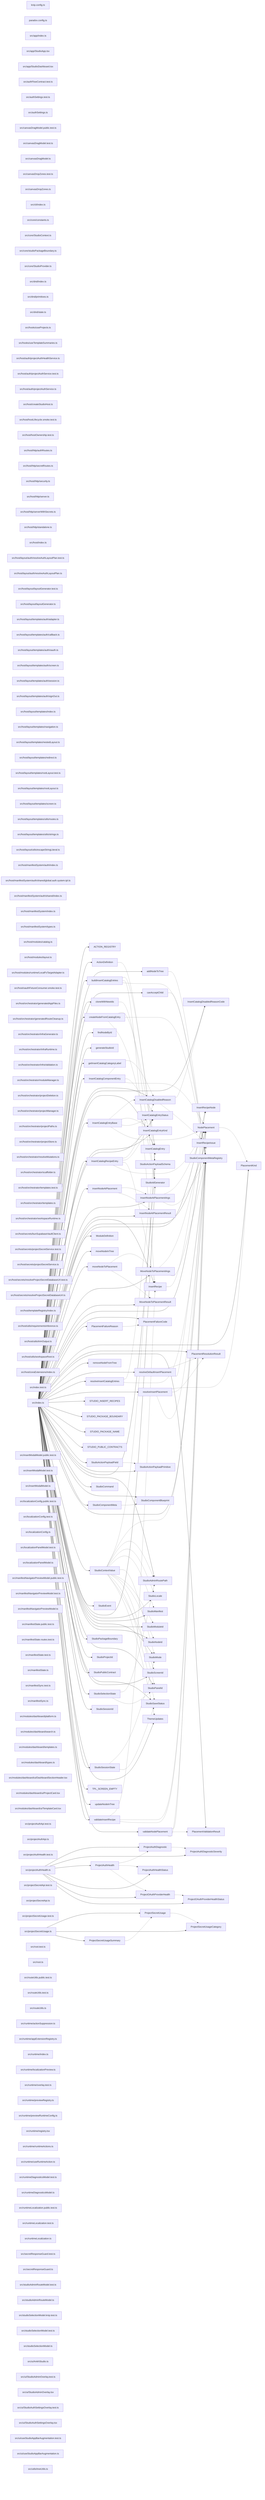
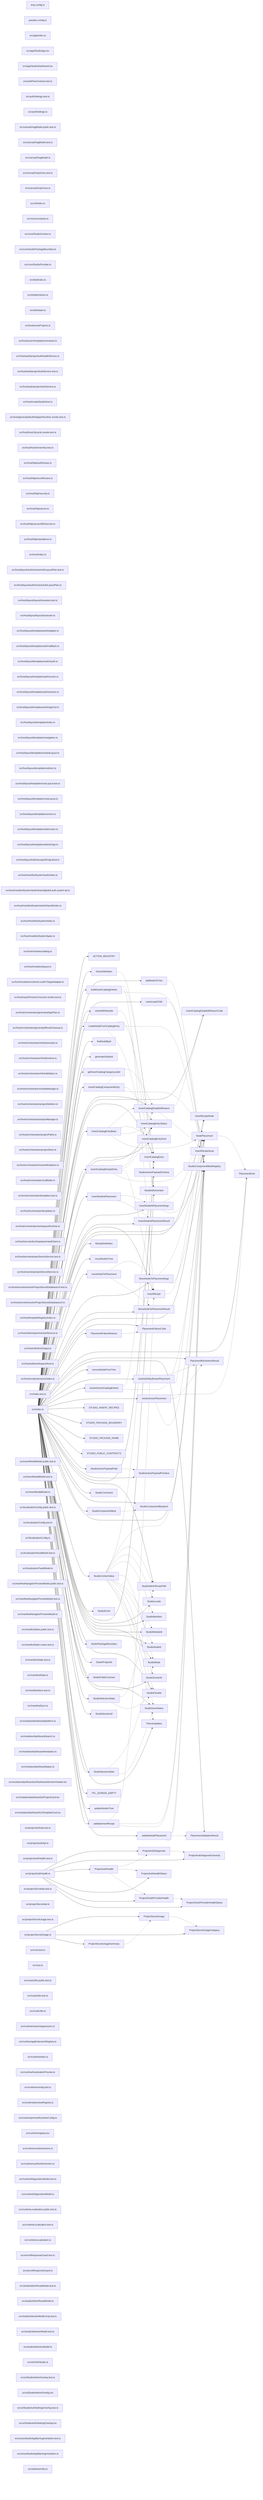
graph LR
  module_knip_config_ts["knip.config.ts"]
  module_paradox_config_ts["paradox.config.ts"]
  module_src_app_index_ts["src/app/index.ts"]
  module_src_app_StudioApp_tsx["src/app/StudioApp.tsx"]
  module_src_app_StudioDashboard_tsx["src/app/StudioDashboard.tsx"]
  module_src_authFlowContract_test_ts["src/authFlowContract.test.ts"]
  module_src_authSettings_test_ts["src/authSettings.test.ts"]
  module_src_authSettings_ts["src/authSettings.ts"]
  module_src_canvasDragModel_public_test_ts["src/canvasDragModel.public.test.ts"]
  module_src_canvasDragModel_test_ts["src/canvasDragModel.test.ts"]
  module_src_canvasDragModel_ts["src/canvasDragModel.ts"]
  module_src_canvasDropZones_test_ts["src/canvasDropZones.test.ts"]
  module_src_canvasDropZones_ts["src/canvasDropZones.ts"]
  module_src_cli_index_ts["src/cli/index.ts"]
  module_src_core_constants_ts["src/core/constants.ts"]
  module_src_core_StudioContext_ts["src/core/StudioContext.ts"]
  module_src_core_studioPackageBoundary_ts["src/core/studioPackageBoundary.ts"]
  module_src_core_StudioProvider_ts["src/core/StudioProvider.ts"]
  module_src_dnd_index_ts["src/dnd/index.ts"]
  module_src_dnd_primitives_ts["src/dnd/primitives.ts"]
  module_src_dnd_state_ts["src/dnd/state.ts"]
  module_src_hooks_useProjects_ts["src/hooks/useProjects.ts"]
  module_src_hooks_useTemplateSummaries_ts["src/hooks/useTemplateSummaries.ts"]
  module_src_host_auth_projectAuthHealthService_ts["src/host/auth/projectAuthHealthService.ts"]
  module_src_host_auth_projectAuthService_test_ts["src/host/auth/projectAuthService.test.ts"]
  module_src_host_auth_projectAuthService_ts["src/host/auth/projectAuthService.ts"]
  module_src_host_createStudioHost_ts["src/host/createStudioHost.ts"]
+   module_src_host_generatedAuthAdapterRuntime_smoke_test_ts["src/host/generatedAuthAdapterRuntime.smoke.test.ts"]
  module_src_host_hostLifecycle_smoke_test_ts["src/host/hostLifecycle.smoke.test.ts"]
  module_src_host_hostOwnership_test_ts["src/host/hostOwnership.test.ts"]
  module_src_host_http_authRoutes_ts["src/host/http/authRoutes.ts"]
  module_src_host_http_secretRoutes_ts["src/host/http/secretRoutes.ts"]
  module_src_host_http_security_ts["src/host/http/security.ts"]
  module_src_host_http_server_ts["src/host/http/server.ts"]
  module_src_host_http_serverWithSecrets_ts["src/host/http/serverWithSecrets.ts"]
  module_src_host_http_standalone_ts["src/host/http/standalone.ts"]
  module_src_host_index_ts["src/host/index.ts"]
  module_src_host_layout_auth_resolveAuthLayoutPlan_test_ts["src/host/layout/auth/resolveAuthLayoutPlan.test.ts"]
  module_src_host_layout_auth_resolveAuthLayoutPlan_ts["src/host/layout/auth/resolveAuthLayoutPlan.ts"]
  module_src_host_layout_layoutGenerator_test_ts["src/host/layout/layoutGenerator.test.ts"]
  module_src_host_layout_layoutGenerator_ts["src/host/layout/layoutGenerator.ts"]
  module_src_host_layout_templates_auth_adapter_ts["src/host/layout/templates/auth/adapter.ts"]
  module_src_host_layout_templates_auth_callback_ts["src/host/layout/templates/auth/callback.ts"]
  module_src_host_layout_templates_auth_oauth_ts["src/host/layout/templates/auth/oauth.ts"]
  module_src_host_layout_templates_auth_screen_ts["src/host/layout/templates/auth/screen.ts"]
  module_src_host_layout_templates_auth_session_ts["src/host/layout/templates/auth/session.ts"]
  module_src_host_layout_templates_auth_signOut_ts["src/host/layout/templates/auth/signOut.ts"]
  module_src_host_layout_templates_index_ts["src/host/layout/templates/index.ts"]
  module_src_host_layout_templates_navigation_ts["src/host/layout/templates/navigation.ts"]
  module_src_host_layout_templates_nestedLayout_ts["src/host/layout/templates/nestedLayout.ts"]
  module_src_host_layout_templates_redirect_ts["src/host/layout/templates/redirect.ts"]
  module_src_host_layout_templates_rootLayout_test_ts["src/host/layout/templates/rootLayout.test.ts"]
  module_src_host_layout_templates_rootLayout_ts["src/host/layout/templates/rootLayout.ts"]
  module_src_host_layout_templates_screen_ts["src/host/layout/templates/screen.ts"]
  module_src_host_layout_templates_utils_routes_ts["src/host/layout/templates/utils/routes.ts"]
  module_src_host_layout_templates_utils_strings_ts["src/host/layout/templates/utils/strings.ts"]
  module_src_host_layout_utils_escapeStringLiteral_ts["src/host/layout/utils/escapeStringLiteral.ts"]
  module_src_host_manifestSystem_auth_index_ts["src/host/manifestSystem/auth/index.ts"]
  module_src_host_manifestSystem_auth_shared_global_auth_system_tpl_ts["src/host/manifestSystem/auth/shared/global.auth.system.tpl.ts"]
  module_src_host_manifestSystem_auth_shared_index_ts["src/host/manifestSystem/auth/shared/index.ts"]
  module_src_host_manifestSystem_index_ts["src/host/manifestSystem/index.ts"]
  module_src_host_manifestSystem_types_ts["src/host/manifestSystem/types.ts"]
  module_src_host_modules_catalog_ts["src/host/modules/catalog.ts"]
  module_src_host_modules_layout_ts["src/host/modules/layout.ts"]
  module_src_host_modules_runtime_LocalFsTargetAdapter_ts["src/host/modules/runtime/LocalFsTargetAdapter.ts"]
  module_src_host_oauthFixtureConsumer_smoke_test_ts["src/host/oauthFixtureConsumer.smoke.test.ts"]
  module_src_host_orchestrator_generatedAppFiles_ts["src/host/orchestrator/generatedAppFiles.ts"]
  module_src_host_orchestrator_generatedRouteCleanup_ts["src/host/orchestrator/generatedRouteCleanup.ts"]
  module_src_host_orchestrator_infraGenerator_ts["src/host/orchestrator/infraGenerator.ts"]
  module_src_host_orchestrator_infraRuntime_ts["src/host/orchestrator/infraRuntime.ts"]
  module_src_host_orchestrator_infraValidation_ts["src/host/orchestrator/infraValidation.ts"]
  module_src_host_orchestrator_moduleManager_ts["src/host/orchestrator/moduleManager.ts"]
  module_src_host_orchestrator_projectDeletion_ts["src/host/orchestrator/projectDeletion.ts"]
  module_src_host_orchestrator_projectManager_ts["src/host/orchestrator/projectManager.ts"]
  module_src_host_orchestrator_projectPaths_ts["src/host/orchestrator/projectPaths.ts"]
  module_src_host_orchestrator_projectStore_ts["src/host/orchestrator/projectStore.ts"]
  module_src_host_orchestrator_resolveMutations_ts["src/host/orchestrator/resolveMutations.ts"]
  module_src_host_orchestrator_scaffolder_ts["src/host/orchestrator/scaffolder.ts"]
  module_src_host_orchestrator_templates_test_ts["src/host/orchestrator/templates.test.ts"]
  module_src_host_orchestrator_templates_ts["src/host/orchestrator/templates.ts"]
  module_src_host_orchestrator_workspaceRuntime_ts["src/host/orchestrator/workspaceRuntime.ts"]
  module_src_host_secrets_bunSupabaseVaultClient_ts["src/host/secrets/bunSupabaseVaultClient.ts"]
  module_src_host_secrets_projectSecretService_test_ts["src/host/secrets/projectSecretService.test.ts"]
  module_src_host_secrets_projectSecretService_ts["src/host/secrets/projectSecretService.ts"]
  module_src_host_secrets_resolveProjectSecretDatabaseUrl_test_ts["src/host/secrets/resolveProjectSecretDatabaseUrl.test.ts"]
  module_src_host_secrets_resolveProjectSecretDatabaseUrl_ts["src/host/secrets/resolveProjectSecretDatabaseUrl.ts"]
  module_src_host_templateRegistry_index_ts["src/host/templateRegistry/index.ts"]
  module_src_host_utils_requirementsInference_ts["src/host/utils/requirementsInference.ts"]
  module_src_host_utils_trimOutput_ts["src/host/utils/trimOutput.ts"]
  module_src_host_utils_workspaceRoot_ts["src/host/utils/workspaceRoot.ts"]
  module_src_host_zoraExtensions_index_ts["src/host/zoraExtensions/index.ts"]
  module_src_index_test_ts["src/index.test.ts"]
  module_src_index_ts["src/index.ts"]
  module_src_insertModalModel_public_test_ts["src/insertModalModel.public.test.ts"]
  module_src_insertModalModel_test_ts["src/insertModalModel.test.ts"]
  module_src_insertModalModel_ts["src/insertModalModel.ts"]
  module_src_localizationConfig_public_test_ts["src/localizationConfig.public.test.ts"]
  module_src_localizationConfig_test_ts["src/localizationConfig.test.ts"]
  module_src_localizationConfig_ts["src/localizationConfig.ts"]
  module_src_localizationPanelModel_test_ts["src/localizationPanelModel.test.ts"]
  module_src_localizationPanelModel_ts["src/localizationPanelModel.ts"]
  module_src_manifestNavigatorPreviewModel_public_test_ts["src/manifestNavigatorPreviewModel.public.test.ts"]
  module_src_manifestNavigatorPreviewModel_test_ts["src/manifestNavigatorPreviewModel.test.ts"]
  module_src_manifestNavigatorPreviewModel_ts["src/manifestNavigatorPreviewModel.ts"]
  module_src_manifestState_public_test_ts["src/manifestState.public.test.ts"]
  module_src_manifestState_routes_test_ts["src/manifestState.routes.test.ts"]
  module_src_manifestState_test_ts["src/manifestState.test.ts"]
  module_src_manifestState_ts["src/manifestState.ts"]
  module_src_manifestSync_test_ts["src/manifestSync.test.ts"]
  module_src_manifestSync_ts["src/manifestSync.ts"]
  module_src_modules_dashboard_platform_ts["src/modules/dashboard/platform.ts"]
  module_src_modules_dashboard_search_ts["src/modules/dashboard/search.ts"]
  module_src_modules_dashboard_templates_ts["src/modules/dashboard/templates.ts"]
  module_src_modules_dashboard_types_ts["src/modules/dashboard/types.ts"]
  module_src_modules_dashboard_ui_DashboardSectionHeader_tsx["src/modules/dashboard/ui/DashboardSectionHeader.tsx"]
  module_src_modules_dashboard_ui_ProjectCard_tsx["src/modules/dashboard/ui/ProjectCard.tsx"]
  module_src_modules_dashboard_ui_TemplateCard_tsx["src/modules/dashboard/ui/TemplateCard.tsx"]
  module_src_projectAuthApi_test_ts["src/projectAuthApi.test.ts"]
  module_src_projectAuthApi_ts["src/projectAuthApi.ts"]
  module_src_projectAuthHealth_test_ts["src/projectAuthHealth.test.ts"]
  module_src_projectAuthHealth_ts["src/projectAuthHealth.ts"]
  module_src_projectSecretApi_test_ts["src/projectSecretApi.test.ts"]
  module_src_projectSecretApi_ts["src/projectSecretApi.ts"]
  module_src_projectSecretUsage_test_ts["src/projectSecretUsage.test.ts"]
  module_src_projectSecretUsage_ts["src/projectSecretUsage.ts"]
  module_src_root_test_ts["src/root.test.ts"]
  module_src_root_ts["src/root.ts"]
  module_src_routeUtils_public_test_ts["src/routeUtils.public.test.ts"]
  module_src_routeUtils_test_ts["src/routeUtils.test.ts"]
  module_src_routeUtils_ts["src/routeUtils.ts"]
  module_src_runtime_actionSuppression_ts["src/runtime/actionSuppression.ts"]
  module_src_runtime_appExtensionRegistry_ts["src/runtime/appExtensionRegistry.ts"]
  module_src_runtime_index_ts["src/runtime/index.ts"]
  module_src_runtime_localizationPreview_ts["src/runtime/localizationPreview.ts"]
  module_src_runtime_overlay_test_ts["src/runtime/overlay.test.ts"]
  module_src_runtime_previewRegistry_ts["src/runtime/previewRegistry.ts"]
  module_src_runtime_previewRuntimeConfig_ts["src/runtime/previewRuntimeConfig.ts"]
  module_src_runtime_registry_tsx["src/runtime/registry.tsx"]
  module_src_runtime_runtimeActions_ts["src/runtime/runtimeActions.ts"]
  module_src_runtime_useRuntimeAction_ts["src/runtime/useRuntimeAction.ts"]
  module_src_runtimeDiagnosticsModel_test_ts["src/runtimeDiagnosticsModel.test.ts"]
  module_src_runtimeDiagnosticsModel_ts["src/runtimeDiagnosticsModel.ts"]
  module_src_runtimeLocalization_public_test_ts["src/runtimeLocalization.public.test.ts"]
  module_src_runtimeLocalization_test_ts["src/runtimeLocalization.test.ts"]
  module_src_runtimeLocalization_ts["src/runtimeLocalization.ts"]
  module_src_secretResponseGuard_test_ts["src/secretResponseGuard.test.ts"]
  module_src_secretResponseGuard_ts["src/secretResponseGuard.ts"]
  module_src_studioAdminRouteModel_test_ts["src/studioAdminRouteModel.test.ts"]
  module_src_studioAdminRouteModel_ts["src/studioAdminRouteModel.ts"]
  module_src_studioSelectionModel_knip_test_ts["src/studioSelectionModel.knip.test.ts"]
  module_src_studioSelectionModel_test_ts["src/studioSelectionModel.test.ts"]
  module_src_studioSelectionModel_ts["src/studioSelectionModel.ts"]
  module_src_ui_AnkhStudio_ts["src/ui/AnkhStudio.ts"]
  module_src_ui_StudioAdminOverlay_test_ts["src/ui/StudioAdminOverlay.test.ts"]
  module_src_ui_StudioAdminOverlay_tsx["src/ui/StudioAdminOverlay.tsx"]
  module_src_ui_StudioAuthSettingsOverlay_test_ts["src/ui/StudioAuthSettingsOverlay.test.ts"]
  module_src_ui_StudioAuthSettingsOverlay_tsx["src/ui/StudioAuthSettingsOverlay.tsx"]
  module_src_ui_useStudioAppBarAugmentation_test_ts["src/ui/useStudioAppBarAugmentation.test.ts"]
  module_src_ui_useStudioAppBarAugmentation_ts["src/ui/useStudioAppBarAugmentation.ts"]
  module_src_utils_treeUtils_ts["src/utils/treeUtils.ts"]
  export_ACTION_REGISTRY["ACTION_REGISTRY"]
  module_src_index_ts --> export_ACTION_REGISTRY
  export_ActionDefinition["ActionDefinition"]
  module_src_index_ts --> export_ActionDefinition
  export_ActionDefinition -.-> export_StudioActionPayloadSchema
  export_addNodeToTree["addNodeToTree"]
  module_src_index_ts --> export_addNodeToTree
  export_addNodeToTree -.-> export_StudioComponentMetaRegistry
  export_buildInsertCatalogEntries["buildInsertCatalogEntries"]
  module_src_index_ts --> export_buildInsertCatalogEntries
  export_buildInsertCatalogEntries -.-> export_InsertCatalogEntry
  export_buildInsertCatalogEntries -.-> export_InsertRecipe
  export_buildInsertCatalogEntries -.-> export_StudioComponentMetaRegistry
  export_canAcceptChild["canAcceptChild"]
  module_src_index_ts --> export_canAcceptChild
  export_canAcceptChild -.-> export_StudioComponentMetaRegistry
  export_cloneWithNewIds["cloneWithNewIds"]
  module_src_index_ts --> export_cloneWithNewIds
  export_cloneWithNewIds -.-> export_StudioIdGenerator
  export_createNodeFromCatalogEntry["createNodeFromCatalogEntry"]
  module_src_index_ts --> export_createNodeFromCatalogEntry
  export_createNodeFromCatalogEntry -.-> export_InsertCatalogEntry
  export_createNodeFromCatalogEntry -.-> export_StudioComponentMetaRegistry
  export_createNodeFromCatalogEntry -.-> export_StudioIdGenerator
  export_findNodeById["findNodeById"]
  module_src_index_ts --> export_findNodeById
  export_generateStudioId["generateStudioId"]
  module_src_index_ts --> export_generateStudioId
  export_getInsertCatalogCategoryLabel["getInsertCatalogCategoryLabel"]
  module_src_index_ts --> export_getInsertCatalogCategoryLabel
  export_InsertCatalogComponentEntry["InsertCatalogComponentEntry"]
  module_src_index_ts --> export_InsertCatalogComponentEntry
  export_InsertCatalogComponentEntry -.-> export_InsertCatalogDisabledReason
  export_InsertCatalogComponentEntry -.-> export_InsertCatalogEntryStatus
  export_InsertCatalogComponentEntry -.-> export_NodePlacement
  export_InsertCatalogDisabledReason["InsertCatalogDisabledReason"]
  module_src_index_ts --> export_InsertCatalogDisabledReason
  export_InsertCatalogDisabledReason -.-> export_InsertCatalogDisabledReasonCode
  export_InsertCatalogDisabledReason -.-> export_InsertRecipeIssue
  export_InsertCatalogDisabledReasonCode["InsertCatalogDisabledReasonCode"]
  module_src_index_ts --> export_InsertCatalogDisabledReasonCode
  export_InsertCatalogEntry["InsertCatalogEntry"]
  module_src_index_ts --> export_InsertCatalogEntry
  export_InsertCatalogEntryBase["InsertCatalogEntryBase"]
  module_src_index_ts --> export_InsertCatalogEntryBase
  export_InsertCatalogEntryBase -.-> export_InsertCatalogDisabledReason
  export_InsertCatalogEntryBase -.-> export_InsertCatalogEntryKind
  export_InsertCatalogEntryBase -.-> export_InsertCatalogEntryStatus
  export_InsertCatalogEntryBase -.-> export_NodePlacement
  export_InsertCatalogEntryKind["InsertCatalogEntryKind"]
  module_src_index_ts --> export_InsertCatalogEntryKind
  export_InsertCatalogEntryStatus["InsertCatalogEntryStatus"]
  module_src_index_ts --> export_InsertCatalogEntryStatus
  export_InsertCatalogRecipeEntry["InsertCatalogRecipeEntry"]
  module_src_index_ts --> export_InsertCatalogRecipeEntry
  export_InsertCatalogRecipeEntry -.-> export_InsertCatalogDisabledReason
  export_InsertCatalogRecipeEntry -.-> export_InsertCatalogEntryStatus
  export_InsertCatalogRecipeEntry -.-> export_InsertRecipe
  export_InsertCatalogRecipeEntry -.-> export_NodePlacement
  export_insertNodeAtPlacement["insertNodeAtPlacement"]
  module_src_index_ts --> export_insertNodeAtPlacement
  export_insertNodeAtPlacement -.-> export_InsertNodeAtPlacementArgs
  export_insertNodeAtPlacement -.-> export_InsertNodeAtPlacementResult
  export_InsertNodeAtPlacementArgs["InsertNodeAtPlacementArgs"]
  module_src_index_ts --> export_InsertNodeAtPlacementArgs
  export_InsertNodeAtPlacementArgs -.-> export_NodePlacement
  export_InsertNodeAtPlacementArgs -.-> export_StudioComponentMetaRegistry
  export_InsertNodeAtPlacementResult["InsertNodeAtPlacementResult"]
  module_src_index_ts --> export_InsertNodeAtPlacementResult
  export_InsertRecipe["InsertRecipe"]
  module_src_index_ts --> export_InsertRecipe
  export_InsertRecipe -.-> export_InsertRecipeNode
  export_InsertRecipeIssue["InsertRecipeIssue"]
  module_src_index_ts --> export_InsertRecipeIssue
  export_InsertRecipeNode["InsertRecipeNode"]
  module_src_index_ts --> export_InsertRecipeNode
  export_ModuleDefinition["ModuleDefinition"]
  module_src_index_ts --> export_ModuleDefinition
  export_moveNodeInTree["moveNodeInTree"]
  module_src_index_ts --> export_moveNodeInTree
  export_moveNodeToPlacement["moveNodeToPlacement"]
  module_src_index_ts --> export_moveNodeToPlacement
  export_moveNodeToPlacement -.-> export_MoveNodeToPlacementArgs
  export_moveNodeToPlacement -.-> export_MoveNodeToPlacementResult
  export_MoveNodeToPlacementArgs["MoveNodeToPlacementArgs"]
  module_src_index_ts --> export_MoveNodeToPlacementArgs
  export_MoveNodeToPlacementArgs -.-> export_NodePlacement
  export_MoveNodeToPlacementArgs -.-> export_StudioComponentMetaRegistry
  export_MoveNodeToPlacementResult["MoveNodeToPlacementResult"]
  module_src_index_ts --> export_MoveNodeToPlacementResult
  export_NodePlacement["NodePlacement"]
  module_src_index_ts --> export_NodePlacement
  export_NodePlacement -.-> export_PlacementKind
  export_PlacementFailureCode["PlacementFailureCode"]
  module_src_index_ts --> export_PlacementFailureCode
  export_PlacementFailureReason["PlacementFailureReason"]
  module_src_index_ts --> export_PlacementFailureReason
  export_PlacementFailureReason -.-> export_PlacementFailureCode
  export_PlacementKind["PlacementKind"]
  module_src_index_ts --> export_PlacementKind
  export_PlacementResolutionResult["PlacementResolutionResult"]
  module_src_index_ts --> export_PlacementResolutionResult
  export_PlacementValidationResult["PlacementValidationResult"]
  module_src_index_ts --> export_PlacementValidationResult
  export_ProjectAuthDiagnostic["ProjectAuthDiagnostic"]
  module_src_projectAuthHealth_ts --> export_ProjectAuthDiagnostic
  export_ProjectAuthDiagnostic -.-> export_ProjectAuthDiagnosticSeverity
  export_ProjectAuthDiagnosticSeverity["ProjectAuthDiagnosticSeverity"]
  module_src_projectAuthHealth_ts --> export_ProjectAuthDiagnosticSeverity
  export_ProjectAuthHealth["ProjectAuthHealth"]
  module_src_projectAuthHealth_ts --> export_ProjectAuthHealth
  export_ProjectAuthHealth -.-> export_ProjectAuthDiagnostic
  export_ProjectAuthHealth -.-> export_ProjectAuthHealthStatus
  export_ProjectAuthHealth -.-> export_ProjectOAuthProviderHealth
  export_ProjectAuthHealthStatus["ProjectAuthHealthStatus"]
  module_src_projectAuthHealth_ts --> export_ProjectAuthHealthStatus
  export_ProjectOAuthProviderHealth["ProjectOAuthProviderHealth"]
  module_src_projectAuthHealth_ts --> export_ProjectOAuthProviderHealth
  export_ProjectOAuthProviderHealth -.-> export_ProjectOAuthProviderHealthStatus
  export_ProjectOAuthProviderHealthStatus["ProjectOAuthProviderHealthStatus"]
  module_src_projectAuthHealth_ts --> export_ProjectOAuthProviderHealthStatus
  export_ProjectSecretUsage["ProjectSecretUsage"]
  module_src_projectSecretUsage_ts --> export_ProjectSecretUsage
  export_ProjectSecretUsage -.-> export_ProjectSecretUsageCategory
  export_ProjectSecretUsageCategory["ProjectSecretUsageCategory"]
  module_src_projectSecretUsage_ts --> export_ProjectSecretUsageCategory
  export_ProjectSecretUsageSummary["ProjectSecretUsageSummary"]
  module_src_projectSecretUsage_ts --> export_ProjectSecretUsageSummary
  export_ProjectSecretUsageSummary -.-> export_ProjectSecretUsage
  export_removeNodeFromTree["removeNodeFromTree"]
  module_src_index_ts --> export_removeNodeFromTree
  export_resolveDefaultInsertPlacement["resolveDefaultInsertPlacement"]
  module_src_index_ts --> export_resolveDefaultInsertPlacement
  export_resolveDefaultInsertPlacement -.-> export_PlacementResolutionResult
  export_resolveDefaultInsertPlacement -.-> export_StudioComponentMetaRegistry
  export_resolveInsertCatalogEntries["resolveInsertCatalogEntries"]
  module_src_index_ts --> export_resolveInsertCatalogEntries
  export_resolveInsertCatalogEntries -.-> export_InsertCatalogEntry
  export_resolveInsertCatalogEntries -.-> export_StudioComponentMetaRegistry
  export_resolveInsertPlacement["resolveInsertPlacement"]
  module_src_index_ts --> export_resolveInsertPlacement
  export_resolveInsertPlacement -.-> export_PlacementKind
  export_resolveInsertPlacement -.-> export_PlacementResolutionResult
  export_resolveInsertPlacement -.-> export_StudioComponentMetaRegistry
  export_STUDIO_INSERT_RECIPES["STUDIO_INSERT_RECIPES"]
  module_src_index_ts --> export_STUDIO_INSERT_RECIPES
  export_STUDIO_PACKAGE_BOUNDARY["STUDIO_PACKAGE_BOUNDARY"]
  module_src_index_ts --> export_STUDIO_PACKAGE_BOUNDARY
  export_STUDIO_PACKAGE_NAME["STUDIO_PACKAGE_NAME"]
  module_src_index_ts --> export_STUDIO_PACKAGE_NAME
  export_STUDIO_PUBLIC_CONTRACTS["STUDIO_PUBLIC_CONTRACTS"]
  module_src_index_ts --> export_STUDIO_PUBLIC_CONTRACTS
  export_StudioActionPayloadField["StudioActionPayloadField"]
  module_src_index_ts --> export_StudioActionPayloadField
  export_StudioActionPayloadField -.-> export_StudioActionPayloadPrimitive
  export_StudioActionPayloadPrimitive["StudioActionPayloadPrimitive"]
  module_src_index_ts --> export_StudioActionPayloadPrimitive
  export_StudioActionPayloadSchema["StudioActionPayloadSchema"]
  module_src_index_ts --> export_StudioActionPayloadSchema
  export_StudioAdminRoutePath["StudioAdminRoutePath"]
  module_src_index_ts --> export_StudioAdminRoutePath
  export_StudioCommand["StudioCommand"]
  module_src_index_ts --> export_StudioCommand
  export_StudioComponentBlueprint["StudioComponentBlueprint"]
  module_src_index_ts --> export_StudioComponentBlueprint
  export_StudioComponentMeta["StudioComponentMeta"]
  module_src_index_ts --> export_StudioComponentMeta
  export_StudioComponentMeta -.-> export_StudioComponentBlueprint
  export_StudioComponentMetaRegistry["StudioComponentMetaRegistry"]
  module_src_index_ts --> export_StudioComponentMetaRegistry
  export_StudioContextValue["StudioContextValue"]
  module_src_index_ts --> export_StudioContextValue
  export_StudioContextValue -.-> export_InsertCatalogEntry
  export_StudioContextValue -.-> export_NodePlacement
  export_StudioContextValue -.-> export_StudioAdminRoutePath
  export_StudioContextValue -.-> export_StudioLocale
  export_StudioContextValue -.-> export_StudioManifest
  export_StudioContextValue -.-> export_StudioMode
  export_StudioContextValue -.-> export_StudioModuleId
  export_StudioContextValue -.-> export_StudioNodeId
  export_StudioContextValue -.-> export_StudioPanelId
  export_StudioContextValue -.-> export_StudioSaveStatus
  export_StudioContextValue -.-> export_StudioScreenId
  export_StudioContextValue -.-> export_ThemeUpdates
  export_StudioEvent["StudioEvent"]
  module_src_index_ts --> export_StudioEvent
  export_StudioIdGenerator["StudioIdGenerator"]
  module_src_index_ts --> export_StudioIdGenerator
  export_StudioLocale["StudioLocale"]
  module_src_index_ts --> export_StudioLocale
  export_StudioManifest["StudioManifest"]
  module_src_index_ts --> export_StudioManifest
  export_StudioMode["StudioMode"]
  module_src_index_ts --> export_StudioMode
  export_StudioModuleId["StudioModuleId"]
  module_src_index_ts --> export_StudioModuleId
  export_StudioNodeId["StudioNodeId"]
  module_src_index_ts --> export_StudioNodeId
  export_StudioPackageBoundary["StudioPackageBoundary"]
  module_src_index_ts --> export_StudioPackageBoundary
  export_StudioPanelId["StudioPanelId"]
  module_src_index_ts --> export_StudioPanelId
  export_StudioProjectId["StudioProjectId"]
  module_src_index_ts --> export_StudioProjectId
  export_StudioPublicContract["StudioPublicContract"]
  module_src_index_ts --> export_StudioPublicContract
  export_StudioSaveStatus["StudioSaveStatus"]
  module_src_index_ts --> export_StudioSaveStatus
  export_StudioScreenId["StudioScreenId"]
  module_src_index_ts --> export_StudioScreenId
  export_StudioSelectionState["StudioSelectionState"]
  module_src_index_ts --> export_StudioSelectionState
  export_StudioSelectionState -.-> export_StudioAdminRoutePath
  export_StudioSelectionState -.-> export_StudioPanelId
  export_StudioSessionId["StudioSessionId"]
  module_src_index_ts --> export_StudioSessionId
  export_StudioSessionState["StudioSessionState"]
  module_src_index_ts --> export_StudioSessionState
  export_StudioSessionState -.-> export_StudioMode
  export_StudioSessionState -.-> export_StudioSaveStatus
  export_ThemeUpdates["ThemeUpdates"]
  module_src_index_ts --> export_ThemeUpdates
  export_TPL_SCREEN_EMPTY["TPL_SCREEN_EMPTY"]
  module_src_index_ts --> export_TPL_SCREEN_EMPTY
  export_updateNodeInTree["updateNodeInTree"]
  module_src_index_ts --> export_updateNodeInTree
  export_validateInsertRecipe["validateInsertRecipe"]
  module_src_index_ts --> export_validateInsertRecipe
  export_validateInsertRecipe -.-> export_InsertRecipe
  export_validateInsertRecipe -.-> export_InsertRecipeIssue
  export_validateInsertRecipe -.-> export_StudioComponentMetaRegistry
  export_validateNodePlacement["validateNodePlacement"]
  module_src_index_ts --> export_validateNodePlacement
  export_validateNodePlacement -.-> export_NodePlacement
  export_validateNodePlacement -.-> export_PlacementValidationResult
  export_validateNodePlacement -.-> export_StudioComponentMetaRegistry
